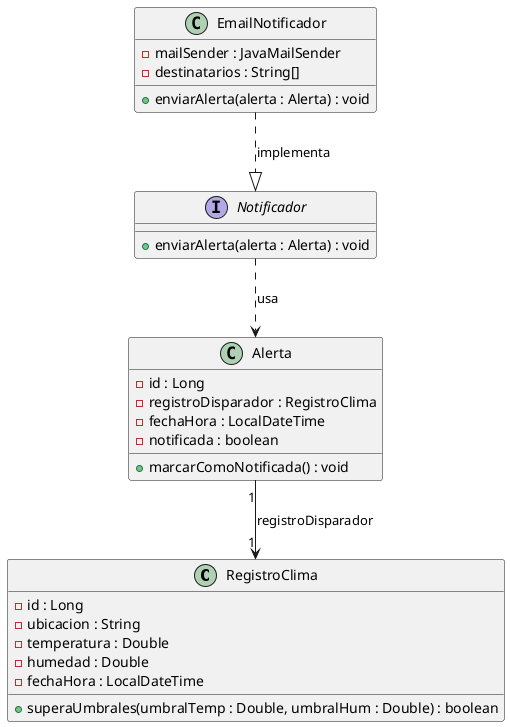
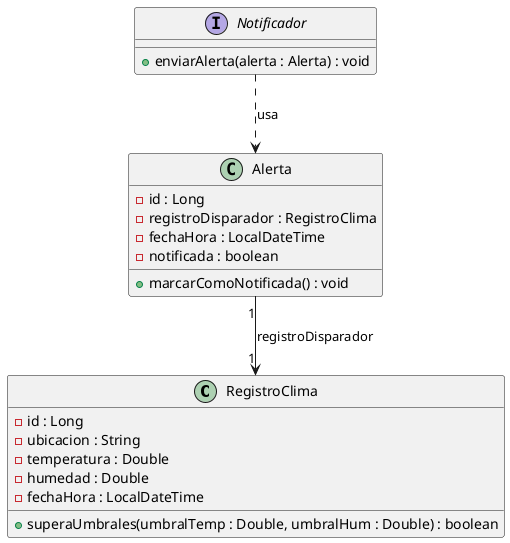
@startuml

class RegistroClima {
    - id : Long
    - ubicacion : String
    - temperatura : Double
    - humedad : Double
    - fechaHora : LocalDateTime
    + superaUmbrales(umbralTemp : Double, umbralHum : Double) : boolean
}

class Alerta {
    - id : Long
    - registroDisparador : RegistroClima
    - fechaHora : LocalDateTime
    - notificada : boolean
    + marcarComoNotificada() : void
}

interface Notificador {
    + enviarAlerta(alerta : Alerta) : void
}

- class EmailNotificador {
-     - mailSender : JavaMailSender
-     - destinatarios : String[]
-     + enviarAlerta(alerta : Alerta) : void
- }

' Relaciones
Alerta "1" --> "1" RegistroClima : registroDisparador
- EmailNotificador ..|> Notificador : implementa
Notificador ..> Alerta : usa

@enduml